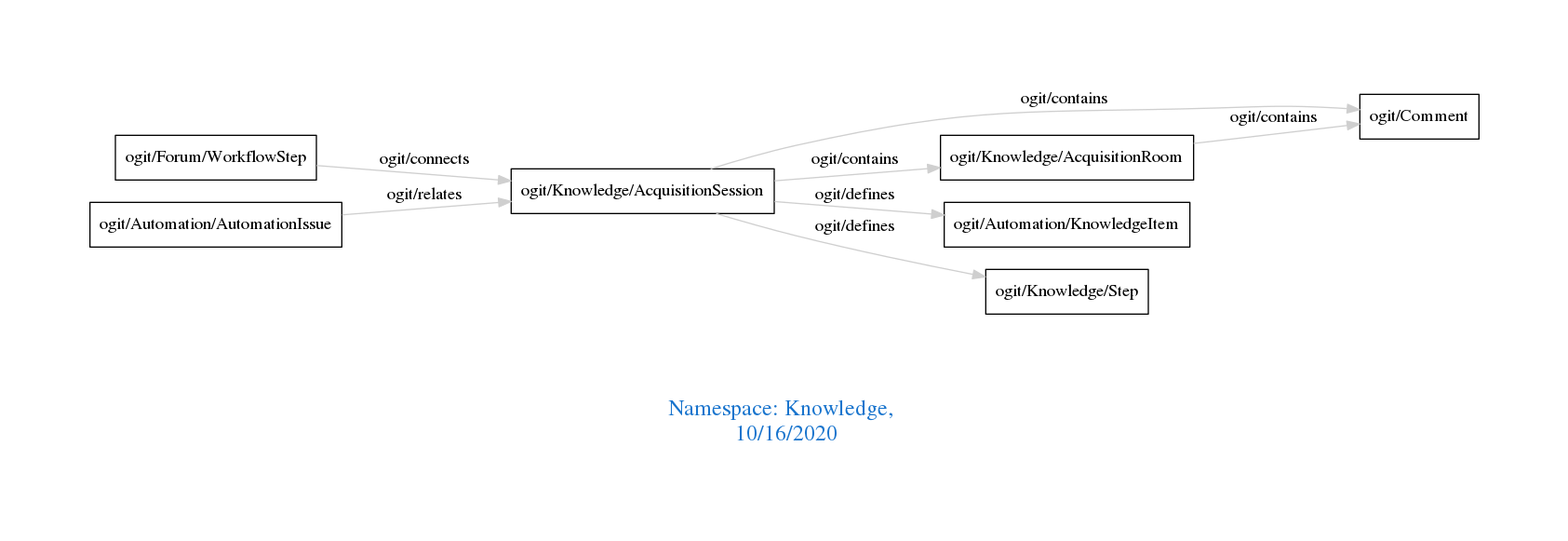
Above: downloads/Knowledge.png in arago/OGIT (Graphviz), before the change. Its source is kept beside it as downloads/Knowledge.dot.
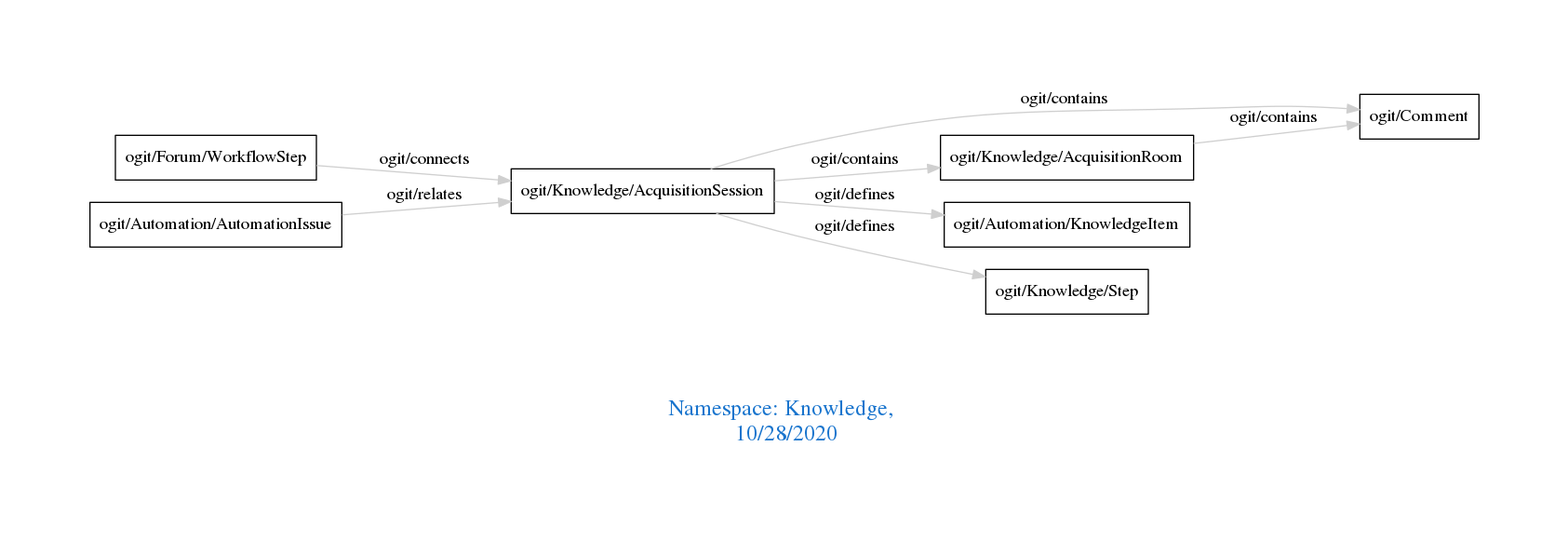
After the commit.

Diff of the diagram source:
```diff
@@ -1,7 +1,7 @@
 digraph OGIT_ontology {
  graph [ rankdir= LR,pad=1
 fontsize = 18,
-fontcolor= dodgerblue3,label = "\n\n\nNamespace: Knowledge, \n 10/16/2020"];
+fontcolor= dodgerblue3,label = "\n\n\nNamespace: Knowledge, \n 10/28/2020"];
 node[shape=polygon];
 edge [  color="gray81"];
 
```
